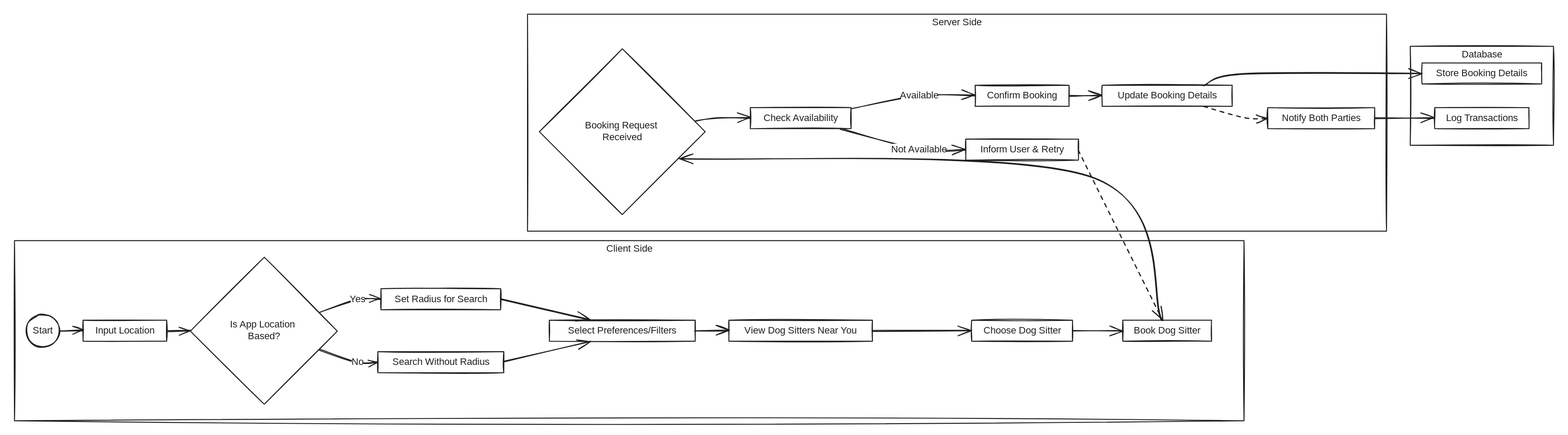
dongzeli95/swe-interview keeps this Excalidraw diagram as .gitbook/assets/file.excalidraw (18).svg. Above is the earlier version. Source tidied: one line per element, renumbered; positions are measured from the earlier drawing's top-left corner, leaving out a move shared by most shapes.
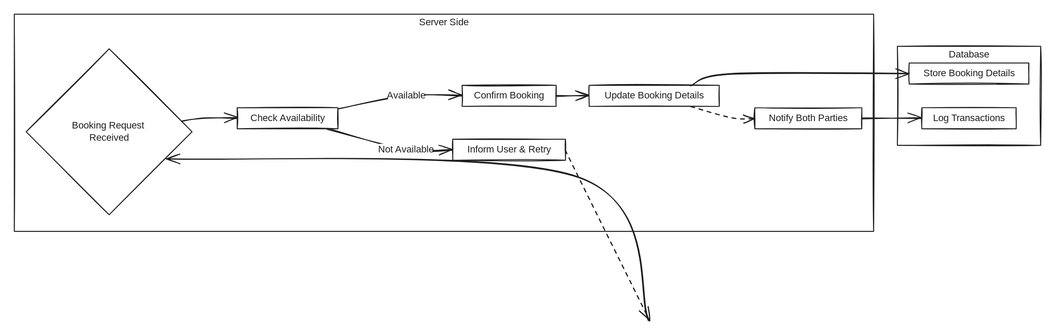
The same diagram one commit later.

What changed in the source:
```diff
@@ -1,15 +1,5 @@
 {"id": 0, "type": "rectangle", "strokeColor": "#1e1e1e", "strokeWidth": 2, "roughness": 1, "x": 2945, "y": 68, "width": 302, "height": 209}
 {"id": 1, "type": "rectangle", "strokeColor": "#1e1e1e", "strokeWidth": 2, "roughness": 1, "x": 1082, "y": 0, "width": 1812, "height": 458}
-{"id": 2, "type": "rectangle", "strokeColor": "#1e1e1e", "strokeWidth": 2, "roughness": 1, "x": 0, "y": 478, "width": 2594, "height": 380}
-{"id": 3, "type": "ellipse", "strokeColor": "#1e1e1e", "strokeWidth": 2, "roughness": 1, "x": 25, "y": 633, "width": 70, "height": 70}
-{"id": 4, "type": "rectangle", "strokeColor": "#1e1e1e", "strokeWidth": 2, "roughness": 1, "x": 145, "y": 646, "width": 176, "height": 44}
-{"id": 5, "type": "diamond", "strokeColor": "#1e1e1e", "strokeWidth": 2, "roughness": 1, "x": 371, "y": 513, "width": 310, "height": 310}
-{"id": 6, "type": "rectangle", "strokeColor": "#1e1e1e", "strokeWidth": 2, "roughness": 1, "x": 773, "y": 579, "width": 253, "height": 44}
-{"id": 7, "type": "rectangle", "strokeColor": "#1e1e1e", "strokeWidth": 2, "roughness": 1, "x": 767, "y": 712, "width": 266, "height": 44}
-{"id": 8, "type": "rectangle", "strokeColor": "#1e1e1e", "strokeWidth": 2, "roughness": 1, "x": 1128, "y": 646, "width": 308, "height": 44}
-{"id": 9, "type": "rectangle", "strokeColor": "#1e1e1e", "strokeWidth": 2, "roughness": 1, "x": 1507, "y": 646, "width": 303, "height": 44}
-{"id": 10, "type": "rectangle", "strokeColor": "#1e1e1e", "strokeWidth": 2, "roughness": 1, "x": 2019, "y": 646, "width": 213, "height": 44}
-{"id": 11, "type": "rectangle", "strokeColor": "#1e1e1e", "strokeWidth": 2, "roughness": 1, "x": 2338, "y": 646, "width": 187, "height": 44}
 {"id": 12, "type": "diamond", "strokeColor": "#1e1e1e", "strokeWidth": 2, "roughness": 1, "x": 1107, "y": 73, "width": 350, "height": 350}
 {"id": 13, "type": "rectangle", "strokeColor": "#1e1e1e", "strokeWidth": 2, "roughness": 1, "x": 1552, "y": 197, "width": 213, "height": 44}
 {"id": 14, "type": "rectangle", "strokeColor": "#1e1e1e", "strokeWidth": 2, "roughness": 1, "x": 2027, "y": 150, "width": 198, "height": 44}
@@ -18,36 +8,17 @@
 {"id": 17, "type": "rectangle", "strokeColor": "#1e1e1e", "strokeWidth": 2, "roughness": 1, "x": 2644, "y": 197, "width": 226, "height": 44}
 {"id": 18, "type": "rectangle", "strokeColor": "#1e1e1e", "strokeWidth": 2, "roughness": 1, "x": 2970, "y": 103, "width": 252, "height": 44}
 {"id": 19, "type": "rectangle", "strokeColor": "#1e1e1e", "strokeWidth": 2, "roughness": 1, "x": 2996, "y": 197, "width": 199, "height": 44}
-{"id": 20, "type": "arrow", "strokeColor": "#1e1e1e", "strokeWidth": 2, "roughness": 1, "endArrowhead": "arrow", "round": true, "from": 3, "to": 4, "x": 95, "y": 668, "width": 50, "height": 0, "points": [[0, 0], [49, 0]]}
-{"id": 21, "type": "arrow", "strokeColor": "#1e1e1e", "strokeWidth": 2, "roughness": 1, "endArrowhead": "arrow", "round": true, "from": 4, "to": 5, "x": 322, "y": 668, "width": 50, "height": 0, "points": [[0, 0], [50, 0]]}
-{"id": 22, "type": "arrow", "strokeColor": "#1e1e1e", "strokeWidth": 2, "roughness": 1, "endArrowhead": "arrow", "round": true, "from": 5, "to": 6, "x": 643, "y": 629, "width": 130, "height": 28, "points": [[0, 0], [81, -28], [129, -28]]}
-{"id": 23, "type": "arrow", "strokeColor": "#1e1e1e", "strokeWidth": 2, "roughness": 1, "endArrowhead": "arrow", "round": true, "from": 5, "to": 7, "x": 643, "y": 707, "width": 124, "height": 27, "points": [[0, 0], [81, 27], [123, 27]]}
-{"id": 24, "type": "arrow", "strokeColor": "#1e1e1e", "strokeWidth": 2, "roughness": 1, "endArrowhead": "arrow", "round": true, "from": 6, "to": 8, "x": 1026, "y": 602, "width": 190, "height": 44, "points": [[0, 0], [189, 43]]}
-{"id": 25, "type": "arrow", "strokeColor": "#1e1e1e", "strokeWidth": 2, "roughness": 1, "endArrowhead": "arrow", "round": true, "from": 7, "to": 8, "x": 1033, "y": 734, "width": 183, "height": 44, "points": [[0, 0], [182, -43]]}
-{"id": 26, "type": "arrow", "strokeColor": "#1e1e1e", "strokeWidth": 2, "roughness": 1, "endArrowhead": "arrow", "round": true, "from": 8, "to": 9, "x": 1437, "y": 668, "width": 71, "height": 0, "points": [[0, 0], [70, 0]]}
-{"id": 27, "type": "arrow", "strokeColor": "#1e1e1e", "strokeWidth": 2, "roughness": 1, "endArrowhead": "arrow", "round": true, "from": 9, "to": 10, "x": 1811, "y": 668, "width": 209, "height": 0, "points": [[0, 0], [208, 0]]}
-{"id": 28, "type": "arrow", "strokeColor": "#1e1e1e", "strokeWidth": 2, "roughness": 1, "endArrowhead": "arrow", "round": true, "from": 10, "to": 11, "x": 2233, "y": 668, "width": 106, "height": 0, "points": [[0, 0], [105, 0]]}
-{"id": 29, "type": "arrow", "strokeColor": "#1e1e1e", "strokeWidth": 2, "roughness": 1, "endArrowhead": "arrow", "round": true, "from": 11, "to": 12, "x": 2420, "y": 645, "width": 1019, "height": 341, "points": [[0, 0], [-151, -302], [-1018, -340]]}
+{"id": 29, "type": "arrow", "strokeColor": "#1e1e1e", "strokeWidth": 2, "roughness": 1, "endArrowhead": "arrow", "round": true, "to": 12, "x": 2420, "y": 645, "width": 1019, "height": 341, "points": [[0, 0], [-151, -302], [-1018, -340]]}
 {"id": 30, "type": "arrow", "strokeColor": "#1e1e1e", "strokeWidth": 2, "roughness": 1, "endArrowhead": "arrow", "round": true, "from": 12, "to": 13, "x": 1436, "y": 227, "width": 117, "height": 7, "points": [[0, 0], [46, -7], [116, -7]]}
 {"id": 31, "type": "arrow", "strokeColor": "#1e1e1e", "strokeWidth": 2, "roughness": 1, "endArrowhead": "arrow", "round": true, "from": 13, "to": 14, "x": 1766, "y": 199, "width": 262, "height": 27, "points": [[0, 0], [143, -27], [261, -27]]}
 {"id": 32, "type": "arrow", "strokeColor": "#1e1e1e", "strokeWidth": 2, "roughness": 1, "endArrowhead": "arrow", "round": true, "from": 13, "to": 15, "x": 1743, "y": 242, "width": 265, "height": 44, "points": [[0, 0], [166, 44], [264, 44]]}
 {"id": 33, "type": "arrow", "strokeColor": "#1e1e1e", "strokeWidth": 2, "roughness": 1, "endArrowhead": "arrow", "round": true, "from": 14, "to": 16, "x": 2226, "y": 172, "width": 70, "height": 0, "points": [[0, 0], [69, 0]]}
-{"id": 34, "type": "arrow", "strokeColor": "#1e1e1e", "strokeWidth": 2, "strokeStyle": "dashed", "roughness": 1, "endArrowhead": "arrow", "round": true, "from": 15, "to": 11, "x": 2245, "y": 286, "width": 178, "height": 360, "points": [[0, 0], [177, 359]]}
+{"id": 34, "type": "arrow", "strokeColor": "#1e1e1e", "strokeWidth": 2, "strokeStyle": "dashed", "roughness": 1, "endArrowhead": "arrow", "round": true, "from": 15, "x": 2245, "y": 286, "width": 178, "height": 360, "points": [[0, 0], [177, 359]]}
 {"id": 35, "type": "arrow", "strokeColor": "#1e1e1e", "strokeWidth": 2, "strokeStyle": "dashed", "roughness": 1, "endArrowhead": "arrow", "round": true, "from": 16, "to": 17, "x": 2509, "y": 194, "width": 136, "height": 25, "points": [[0, 0], [85, 25], [135, 25]]}
 {"id": 36, "type": "arrow", "strokeColor": "#1e1e1e", "strokeWidth": 2, "roughness": 1, "endArrowhead": "arrow", "round": true, "from": 16, "to": 18, "x": 2509, "y": 150, "width": 462, "height": 25, "points": [[0, 0], [85, -25], [461, -25]]}
 {"id": 37, "type": "arrow", "strokeColor": "#1e1e1e", "strokeWidth": 2, "roughness": 1, "endArrowhead": "arrow", "round": true, "from": 17, "to": 19, "x": 2870, "y": 219, "width": 127, "height": 0, "points": [[0, 0], [126, 0]]}
 {"id": 38, "type": "text", "text": "Database", "strokeColor": "#1e1e1e", "strokeWidth": 2, "roughness": 1, "fontSize": 20, "fontFamily": 1, "textAlign": "center", "inside": 0, "x": 3059, "y": 73, "width": 73, "height": 25}
 {"id": 39, "type": "text", "text": "Server Side", "strokeColor": "#1e1e1e", "strokeWidth": 2, "roughness": 1, "fontSize": 20, "fontFamily": 1, "textAlign": "center", "inside": 1, "x": 1942, "y": 5, "width": 93, "height": 25}
-{"id": 40, "type": "text", "text": "Client Side", "strokeColor": "#1e1e1e", "strokeWidth": 2, "roughness": 1, "fontSize": 20, "fontFamily": 1, "textAlign": "center", "inside": 2, "x": 1252, "y": 483, "width": 89, "height": 25}
-{"id": 41, "type": "text", "text": "Start", "strokeColor": "#1e1e1e", "strokeWidth": 2, "roughness": 1, "fontSize": 20, "fontFamily": 1, "textAlign": "center", "verticalAlign": "middle", "inside": 3, "x": 41, "y": 655, "width": 38, "height": 25}
-{"id": 42, "type": "text", "text": "Input Location", "strokeColor": "#1e1e1e", "strokeWidth": 2, "roughness": 1, "fontSize": 20, "fontFamily": 1, "textAlign": "center", "verticalAlign": "middle", "inside": 4, "x": 174, "y": 655, "width": 118, "height": 25}
-{"id": 43, "type": "text", "text": "Is App Location \nBased?", "strokeColor": "#1e1e1e", "strokeWidth": 2, "roughness": 1, "fontSize": 20, "fontFamily": 1, "textAlign": "center", "verticalAlign": "middle", "inside": 5, "x": 459, "y": 643, "width": 135, "height": 50}
-{"id": 44, "type": "text", "text": "Set Radius for Search", "strokeColor": "#1e1e1e", "strokeWidth": 2, "roughness": 1, "fontSize": 20, "fontFamily": 1, "textAlign": "center", "verticalAlign": "middle", "inside": 6, "x": 813, "y": 589, "width": 174, "height": 25}
-{"id": 45, "type": "text", "text": "Search Without Radius", "strokeColor": "#1e1e1e", "strokeWidth": 2, "roughness": 1, "fontSize": 20, "fontFamily": 1, "textAlign": "center", "verticalAlign": "middle", "inside": 7, "x": 807, "y": 722, "width": 185, "height": 25}
-{"id": 46, "type": "text", "text": "Select Preferences/Filters", "strokeColor": "#1e1e1e", "strokeWidth": 2, "roughness": 1, "fontSize": 20, "fontFamily": 1, "textAlign": "center", "verticalAlign": "middle", "inside": 8, "x": 1180, "y": 655, "width": 204, "height": 25}
-{"id": 47, "type": "text", "text": "View Dog Sitters Near You", "strokeColor": "#1e1e1e", "strokeWidth": 2, "roughness": 1, "fontSize": 20, "fontFamily": 1, "textAlign": "center", "verticalAlign": "middle", "inside": 9, "x": 1549, "y": 655, "width": 219, "height": 25}
-{"id": 48, "type": "text", "text": "Choose Dog Sitter", "strokeColor": "#1e1e1e", "strokeWidth": 2, "roughness": 1, "fontSize": 20, "fontFamily": 1, "textAlign": "center", "verticalAlign": "middle", "inside": 10, "x": 2052, "y": 655, "width": 148, "height": 25}
-{"id": 49, "type": "text", "text": "Book Dog Sitter", "strokeColor": "#1e1e1e", "strokeWidth": 2, "roughness": 1, "fontSize": 20, "fontFamily": 1, "textAlign": "center", "verticalAlign": "middle", "inside": 11, "x": 2366, "y": 655, "width": 131, "height": 25}
 {"id": 50, "type": "text", "text": "Booking Request \nReceived", "strokeColor": "#1e1e1e", "strokeWidth": 2, "roughness": 1, "fontSize": 20, "fontFamily": 1, "textAlign": "center", "verticalAlign": "middle", "inside": 12, "x": 1211, "y": 223, "width": 143, "height": 50}
 {"id": 51, "type": "text", "text": "Check Availability", "strokeColor": "#1e1e1e", "strokeWidth": 2, "roughness": 1, "fontSize": 20, "fontFamily": 1, "textAlign": "center", "verticalAlign": "middle", "inside": 13, "x": 1584, "y": 207, "width": 150, "height": 25}
 {"id": 52, "type": "text", "text": "Confirm Booking", "strokeColor": "#1e1e1e", "strokeWidth": 2, "roughness": 1, "fontSize": 20, "fontFamily": 1, "textAlign": "center", "verticalAlign": "middle", "inside": 14, "x": 2056, "y": 160, "width": 141, "height": 25}
@@ -56,7 +27,5 @@
 {"id": 55, "type": "text", "text": "Notify Both Parties", "strokeColor": "#1e1e1e", "strokeWidth": 2, "roughness": 1, "fontSize": 20, "fontFamily": 1, "textAlign": "center", "verticalAlign": "middle", "inside": 17, "x": 2679, "y": 207, "width": 156, "height": 25}
 {"id": 56, "type": "text", "text": "Store Booking Details", "strokeColor": "#1e1e1e", "strokeWidth": 2, "roughness": 1, "fontSize": 20, "fontFamily": 1, "textAlign": "center", "verticalAlign": "middle", "inside": 18, "x": 3007, "y": 112, "width": 178, "height": 25}
 {"id": 57, "type": "text", "text": "Log Transactions", "strokeColor": "#1e1e1e", "strokeWidth": 2, "roughness": 1, "fontSize": 20, "fontFamily": 1, "textAlign": "center", "verticalAlign": "middle", "inside": 19, "x": 3027, "y": 207, "width": 139, "height": 25}
-{"id": 58, "type": "text", "text": "Yes", "strokeColor": "#1e1e1e", "strokeWidth": 2, "roughness": 1, "fontSize": 20, "fontFamily": 1, "textAlign": "center", "verticalAlign": "middle", "inside": 22, "x": 709, "y": 589, "width": 29, "height": 25}
-{"id": 59, "type": "text", "text": "No", "strokeColor": "#1e1e1e", "strokeWidth": 2, "roughness": 1, "fontSize": 20, "fontFamily": 1, "textAlign": "center", "verticalAlign": "middle", "inside": 23, "x": 712, "y": 722, "width": 24, "height": 25}
 {"id": 60, "type": "text", "text": "Available", "strokeColor": "#1e1e1e", "strokeWidth": 2, "roughness": 1, "fontSize": 20, "fontFamily": 1, "textAlign": "center", "verticalAlign": "middle", "inside": 31, "x": 1870, "y": 160, "width": 76, "height": 25}
 {"id": 61, "type": "text", "text": "Not Available", "strokeColor": "#1e1e1e", "strokeWidth": 2, "roughness": 1, "fontSize": 20, "fontFamily": 1, "textAlign": "center", "verticalAlign": "middle", "inside": 32, "x": 1853, "y": 273, "width": 111, "height": 25}
```
